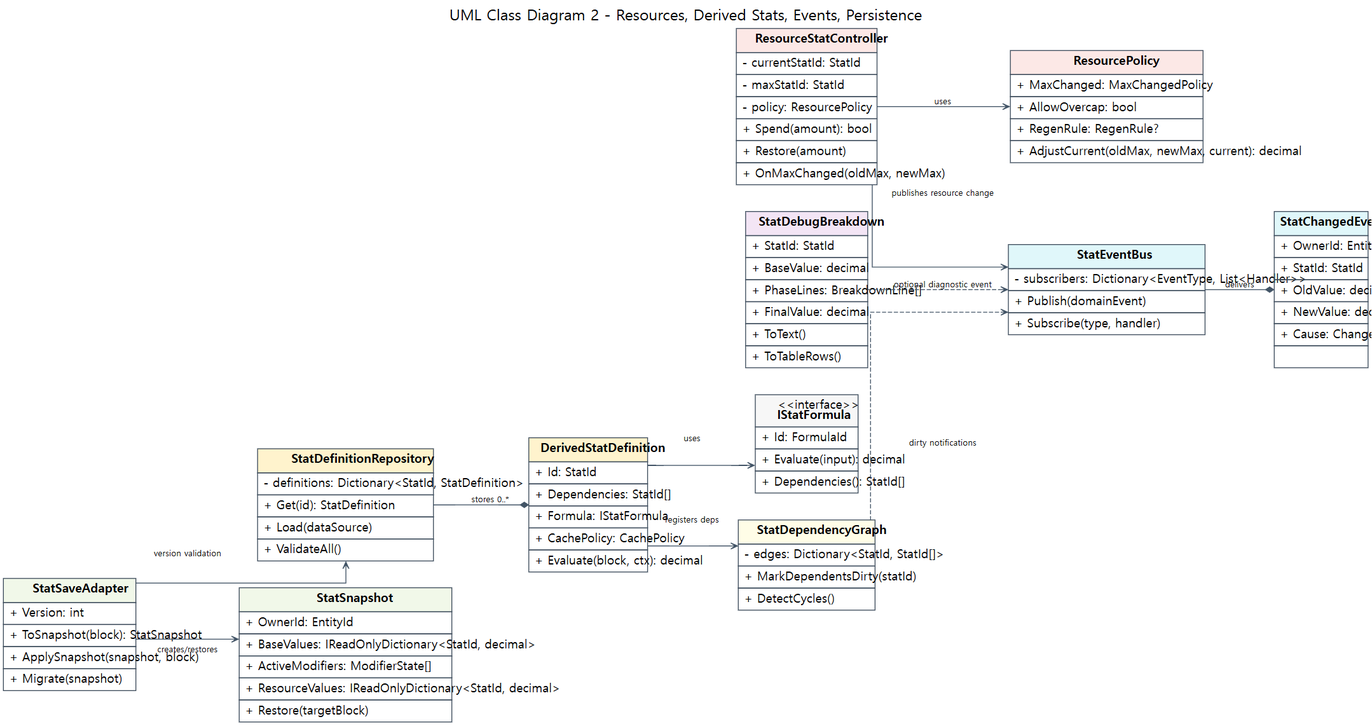
Earlier version of the Graphviz export assets/diagrams/02_extension_class_diagram.png (JY-LemongO/game-system-framework-knowledge-site). Its source is kept beside it as source/diagrams/02_extension_class_diagram.dot.
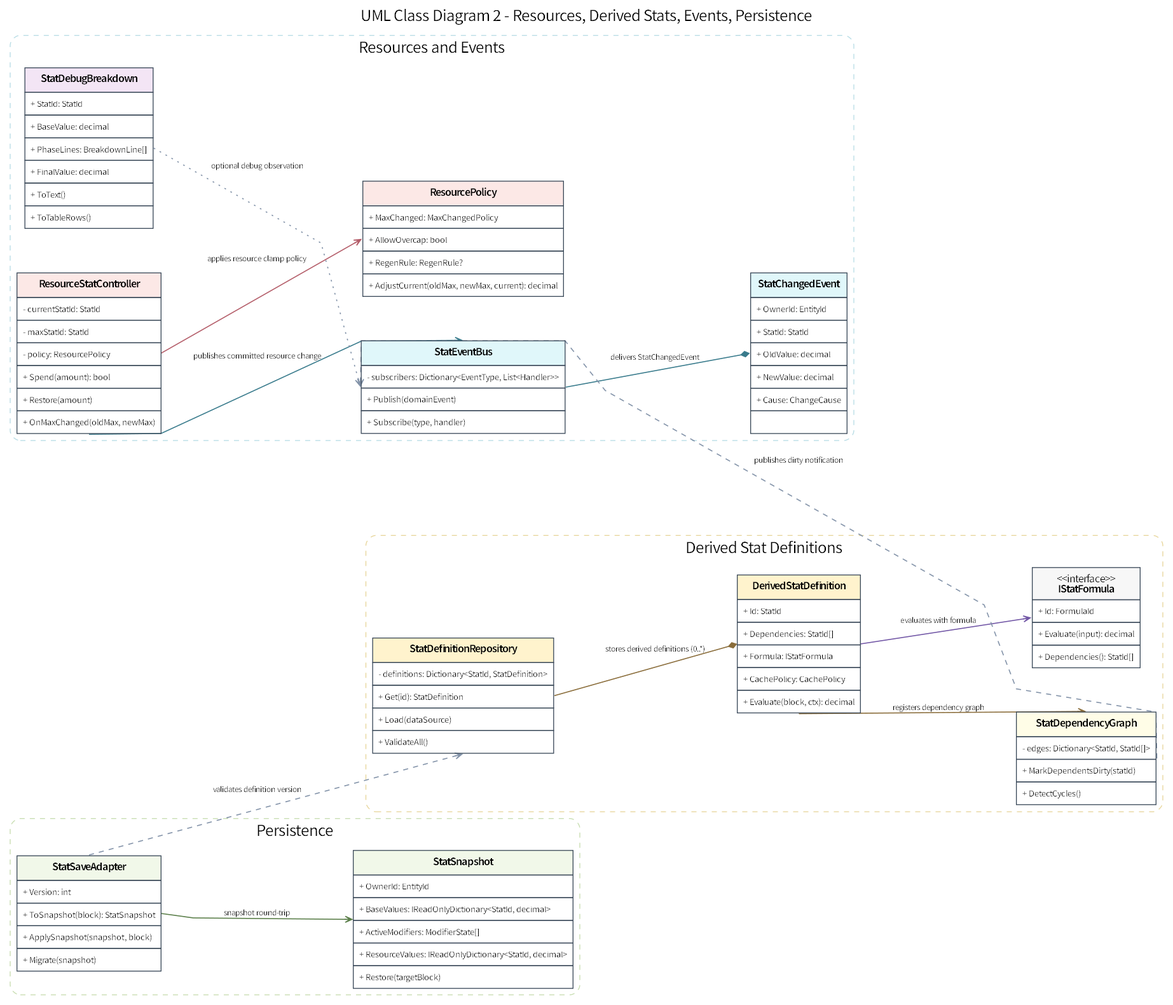
The same diagram one commit later.

What changed in the source:
```diff
@@ -1,7 +1,7 @@
 digraph ExtensionClassDiagram {
-	graph [bgcolor=white fontname="Noto Sans CJK KR" fontsize=18 label="UML Class Diagram 2 - Resources, Derived Stats, Events, Persistence" labelloc=t nodesep=0.45 rankdir=LR ranksep=0.7 splines=ortho]
-	node [fontname="Noto Sans CJK KR" shape=plain]
-	edge [arrowsize=0.8 color="#425466" fontname="Noto Sans CJK KR" fontsize=10]
+	graph [bgcolor=white compound=true fontname="Noto Sans KR" fontsize=18 label="UML Class Diagram 2 - Resources, Derived Stats, Events, Persistence" labelloc=t newrank=true nodesep=0.72 outputorder=edgesfirst rankdir=LR ranksep=1.05 splines=polyline]
+	node [fontname="Noto Sans KR" shape=plain]
+	edge [arrowsize=0.8 color="#425466" fontname="Noto Sans KR" fontsize=9 penwidth=1.2]
 	StatDefinitionRepository [label=<
 <TABLE BORDER="0" CELLBORDER="1" CELLSPACING="0" CELLPADDING="6" COLOR="#3B4A5A">
 <TR><TD BGCOLOR="#FFF3CD"><FONT POINT-SIZE="12"><B>StatDefinitionRepository</B></FONT></TD></TR>
@@ -79,14 +79,34 @@
 <TR><TD ALIGN="LEFT"><FONT POINT-SIZE="10">+ MarkDependentsDirty(statId)</FONT></TD></TR><TR><TD ALIGN="LEFT"><FONT POINT-SIZE="10">+ DetectCycles()</FONT></TD></TR>
 </TABLE>
 >]
-	StatDefinitionRepository -> DerivedStatDefinition [label="stores 0..*" arrowhead=diamond]
-	DerivedStatDefinition -> IStatFormula [label=uses arrowhead=vee]
-	DerivedStatDefinition -> StatDependencyGraph [label="registers deps" arrowhead=vee]
-	ResourceController -> ResourcePolicy [label=uses arrowhead=vee]
-	ResourceController -> StatEventBus [label="publishes resource change" arrowhead=vee]
-	StatEventBus -> StatChangedEvent [label=delivers arrowhead=diamond]
-	StatSaveAdapter -> StatSnapshot [label="creates/restores" arrowhead=vee]
-	StatSaveAdapter -> StatDefinitionRepository [label="version validation" arrowhead=vee]
-	DebugBreakdown -> StatEventBus [label="optional diagnostic event" arrowhead=vee style=dashed]
-	StatDependencyGraph -> StatEventBus [label="dirty notifications" arrowhead=vee style=dashed]
+	subgraph cluster_derived {
+		color="#E7D59A" fontname="Noto Sans KR" label="Derived Stat Definitions" style="rounded,dashed"
+		StatDefinitionRepository
+		DerivedStatDefinition
+		IStatFormula
+		StatDependencyGraph
+	}
+	subgraph cluster_resource {
+		color="#B7DCE5" fontname="Noto Sans KR" label="Resources and Events" style="rounded,dashed"
+		ResourceController
+		ResourcePolicy
+		StatEventBus
+		StatChangedEvent
+		DebugBreakdown
+	}
+	subgraph cluster_persistence {
+		color="#C7DDB0" fontname="Noto Sans KR" label="Persistence" style="rounded,dashed"
+		StatSaveAdapter
+		StatSnapshot
+	}
+	StatDefinitionRepository:e -> DerivedStatDefinition:w [label="stores derived definitions (0..*)" arrowhead=diamond color="#8A6D3B"]
+	DerivedStatDefinition:e -> IStatFormula:w [label="evaluates with formula" arrowhead=vee color="#7257A6"]
+	DerivedStatDefinition:s -> StatDependencyGraph:n [label="registers dependency graph" arrowhead=vee color="#8A6D3B"]
+	ResourceController:e -> ResourcePolicy:w [label="applies resource clamp policy" arrowhead=vee color="#B45D69"]
+	ResourceController:s -> StatEventBus:n [label="publishes committed resource change" arrowhead=vee color="#397B8C"]
+	StatEventBus:e -> StatChangedEvent:w [label="delivers StatChangedEvent" arrowhead=diamond color="#397B8C"]
+	StatSaveAdapter:e -> StatSnapshot:w [label="snapshot round-trip" arrowhead=vee color="#5B7F4A"]
+	StatSaveAdapter:n -> StatDefinitionRepository:s [label="validates definition version" arrowhead=vee color="#8292A8" style=dashed]
+	DebugBreakdown:e -> StatEventBus:w [label="optional debug observation" arrowhead=vee color="#8292A8" constraint=false style=dotted]
+	StatDependencyGraph:e -> StatEventBus:w [label="publishes dirty notification" arrowhead=vee color="#8292A8" constraint=false style=dashed]
 }
```
